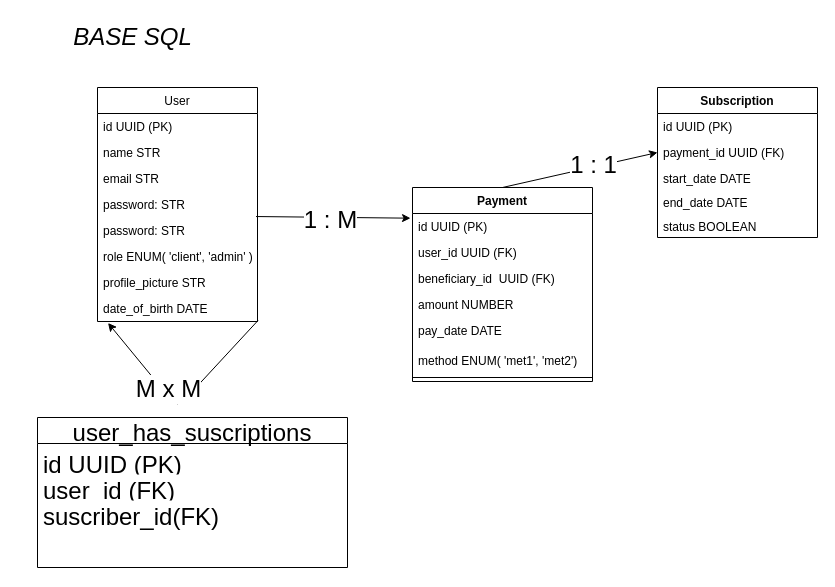
No-Country/s12-08-ft-node-react keeps this draw.io diagram as api/src/diagrams/relational.drawio. Above is the earlier version. Source tidied: cells renumbered, new cells numbered last; positions are measured from the earlier drawing's top-left corner, leaving out a move shared by most shapes. Both pictures are drawn from the tidied source at 100%, with x=0, y=0 at pixel (37, 17).
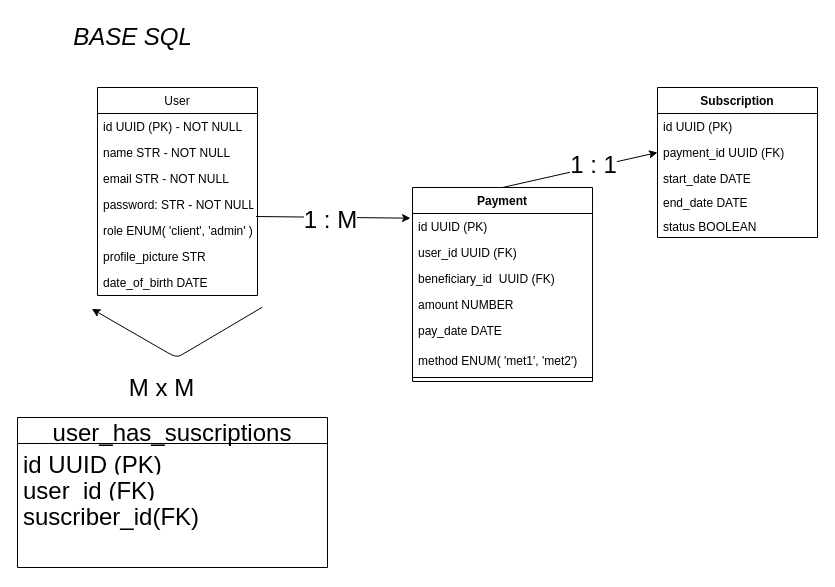
After the change.

Commit message (it also covers changes not shown here):
Backend - End of diagrams

Unchanged cells that the change refers to:
```xml
<mxCell id="14" value="id UUID (PK)&#10;" style="text;strokeColor=none;fillColor=none;align=left;verticalAlign=top;spacingLeft=4;spacingRight=4;overflow=hidden;points=[[0,0.5],[1,0.5]];portConstraint=eastwest;" parent="13" vertex="1">
  <mxGeometry y="26" width="180" height="26" as="geometry" />
</mxCell>
```

Diff of the diagram source:
```diff
@@
     <mxCell id="2" value="User" style="swimlane;fontStyle=0;horizontal=1;startSize=26;fillColor=none;" parent="1" vertex="1">
-      <mxGeometry x="60" y="70" width="160" height="234" as="geometry" />
+      <mxGeometry x="60" y="70" width="160" height="208" as="geometry" />
     </mxCell>
-    <mxCell id="3" value="id UUID (PK)" style="text;strokeColor=none;fillColor=none;align=left;verticalAlign=top;spacingLeft=4;spacingRight=4;overflow=hidden;" parent="2" vertex="1">
+    <mxCell id="3" value="id UUID (PK) - NOT NULL" style="text;strokeColor=none;fillColor=none;align=left;verticalAlign=top;spacingLeft=4;spacingRight=4;overflow=hidden;" parent="2" vertex="1">
       <mxGeometry y="26" width="160" height="26" as="geometry" />
     </mxCell>
-    <mxCell id="4" value="name STR" style="text;strokeColor=none;fillColor=none;align=left;verticalAlign=top;spacingLeft=4;spacingRight=4;overflow=hidden;" parent="2" vertex="1">
+    <mxCell id="4" value="name STR - NOT NULL" style="text;strokeColor=none;fillColor=none;align=left;verticalAlign=top;spacingLeft=4;spacingRight=4;overflow=hidden;" parent="2" vertex="1">
       <mxGeometry y="52" width="160" height="26" as="geometry" />
     </mxCell>
-    <mxCell id="5" value="email STR" style="text;strokeColor=none;fillColor=none;align=left;verticalAlign=top;spacingLeft=4;spacingRight=4;overflow=hidden;" parent="2" vertex="1">
+    <mxCell id="5" value="email STR - NOT NULL" style="text;strokeColor=none;fillColor=none;align=left;verticalAlign=top;spacingLeft=4;spacingRight=4;overflow=hidden;" parent="2" vertex="1">
       <mxGeometry y="78" width="160" height="26" as="geometry" />
     </mxCell>
-    <mxCell id="6" value="password: STR&#10;" style="text;strokeColor=none;fillColor=none;align=left;verticalAlign=top;spacingLeft=4;spacingRight=4;overflow=hidden;" parent="2" vertex="1">
+    <mxCell id="6" value="password: STR - NOT NULL&#10;" style="text;strokeColor=none;fillColor=none;align=left;verticalAlign=top;spacingLeft=4;spacingRight=4;overflow=hidden;" parent="2" vertex="1">
       <mxGeometry y="104" width="160" height="26" as="geometry" />
     </mxCell>
-    <mxCell id="7" value="password: STR&#10;" style="text;strokeColor=none;fillColor=none;align=left;verticalAlign=top;spacingLeft=4;spacingRight=4;overflow=hidden;points=[[0,0.5],[1,0.5]];portConstraint=eastwest;" parent="2" vertex="1">
-      <mxGeometry y="130" width="160" height="26" as="geometry" />
-    </mxCell>
     <mxCell id="8" value="role ENUM( 'client', 'admin' )" style="text;strokeColor=none;fillColor=none;align=left;verticalAlign=top;spacingLeft=4;spacingRight=4;overflow=hidden;" parent="2" vertex="1">
-      <mxGeometry y="156" width="160" height="26" as="geometry" />
+      <mxGeometry y="130" width="160" height="26" as="geometry" />
     </mxCell>
     <mxCell id="9" value="profile_picture STR" style="text;strokeColor=none;fillColor=none;align=left;verticalAlign=top;spacingLeft=4;spacingRight=4;overflow=hidden;" parent="2" vertex="1">
-      <mxGeometry y="182" width="160" height="26" as="geometry" />
+      <mxGeometry y="156" width="160" height="26" as="geometry" />
     </mxCell>
     <mxCell id="10" value="date_of_birth DATE" style="text;strokeColor=none;fillColor=none;align=left;verticalAlign=top;spacingLeft=4;spacingRight=4;overflow=hidden;points=[[0,0.5],[1,0.5]];portConstraint=eastwest;" parent="2" vertex="1">
-      <mxGeometry y="208" width="160" height="26" as="geometry" />
+      <mxGeometry y="182" width="160" height="26" as="geometry" />
     </mxCell>
-    <mxCell id="11" style="edgeStyle=isometricEdgeStyle;html=1;fontSize=24;elbow=vertical;entryX=0.066;entryY=1.058;entryDx=0;entryDy=0;entryPerimeter=0;exitX=1.003;exitY=0.962;exitDx=0;exitDy=0;exitPerimeter=0;" parent="2" edge="1" source="10" target="10">
-      <mxGeometry relative="1" as="geometry">
-        <Array as="points">
-          <mxPoint x="80" y="320" />
-        </Array>
-      </mxGeometry>
-    </mxCell>
-    <mxCell id="12" value="M x M" style="edgeLabel;html=1;align=center;verticalAlign=middle;fontSize=24;" parent="11" vertex="1">
-      <mxGeometry x="0.22" y="-4" relative="1" as="geometry" />
-    </mxCell>
@@
-    <mxCell id="30" style="edgeStyle=none;html=1;entryX=-0.011;entryY=0.18;entryDx=0;entryDy=0;entryPerimeter=0;fontSize=24;exitX=0.991;exitY=-0.037;exitDx=0;exitDy=0;exitPerimeter=0;" parent="1" edge="1" source="7" target="14">
-      <mxGeometry relative="1" as="geometry" />
+    <mxCell id="30" style="edgeStyle=none;html=1;entryX=-0.011;entryY=0.18;entryDx=0;entryDy=0;entryPerimeter=0;fontSize=24;exitX=0.991;exitY=-0.037;exitDx=0;exitDy=0;exitPerimeter=0;" parent="1" edge="1" target="14">
+      <mxGeometry relative="1" as="geometry">
+        <mxPoint x="218.6" y="199" as="sourcePoint" />
+      </mxGeometry>
     </mxCell>
@@
     <mxCell id="32" value="user_has_suscriptions" style="swimlane;fontStyle=0;horizontal=1;startSize=26;fillColor=none;fontSize=24;" parent="1" vertex="1">
-      <mxGeometry y="400" width="310" height="150" as="geometry" />
+      <mxGeometry x="-20" y="400" width="310" height="150" as="geometry" />
     </mxCell>
@@
+    <mxCell id="11" style="edgeStyle=isometricEdgeStyle;html=1;fontSize=24;elbow=vertical;exitX=1.003;exitY=1.166;exitDx=0;exitDy=0;exitPerimeter=0;" parent="1" edge="1">
+      <mxGeometry relative="1" as="geometry">
+        <mxPoint x="224.8" y="289.7" as="sourcePoint" />
+        <mxPoint x="54.3" y="291.4" as="targetPoint" />
+        <Array as="points">
+          <mxPoint x="154.3" y="331.4" />
+          <mxPoint x="144.3" y="361.4" />
+          <mxPoint x="144.3" y="371.4" />
+        </Array>
+      </mxGeometry>
+    </mxCell>
+    <mxCell id="12" value="M x M" style="edgeLabel;html=1;align=center;verticalAlign=middle;fontSize=24;" parent="11" vertex="1">
+      <mxGeometry x="0.22" y="-4" relative="1" as="geometry">
+        <mxPoint y="44" as="offset" />
+      </mxGeometry>
+    </mxCell>
```
